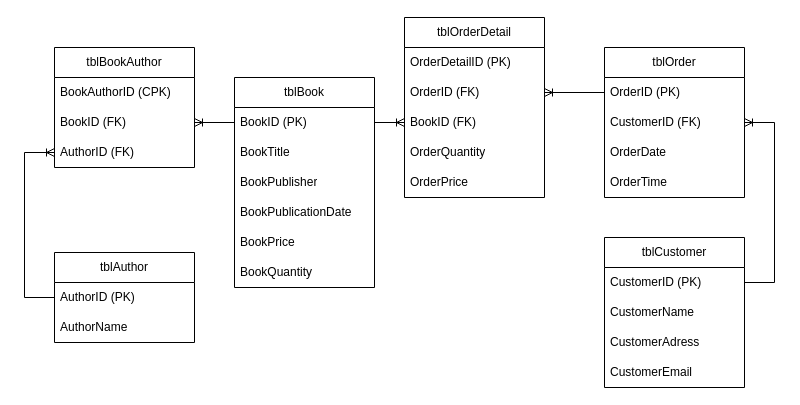
This is public/ERD.drawio from BeardedSeal77/DBA_Project, a draw.io file, before an edit. Source tidied: cells renumbered, new cells numbered last; positions are measured from the earlier drawing's top-left corner, leaving out a move shared by most shapes. Both pictures are drawn from the tidied source at 100%, with x=0, y=0 at pixel (24, 17).
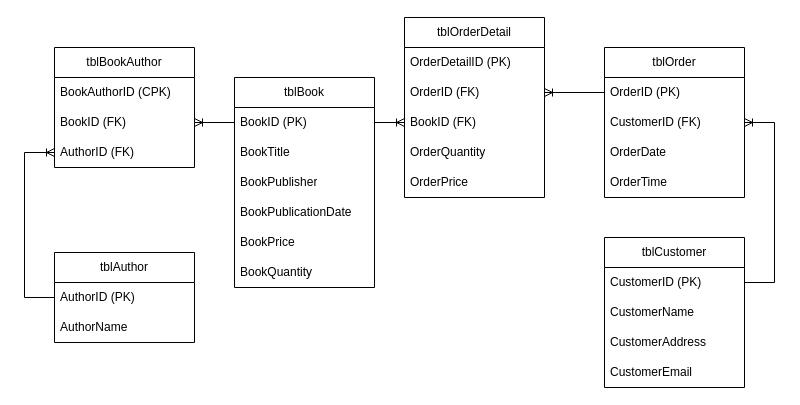
The same diagram, later.

Unchanged cells that the change refers to:
```xml
<mxCell id="23" value="tblCustomer" style="swimlane;fontStyle=0;horizontal=1;startSize=30;whiteSpace=wrap;html=1;" parent="1" vertex="1">
  <mxGeometry x="580" y="220" width="140" height="150" as="geometry" />
</mxCell>
```

The edit, as a diff of the source:
```diff
@@
-    <mxCell id="26" value="CustomerAdress" style="text;strokeColor=none;fillColor=none;align=left;verticalAlign=middle;spacingLeft=4;spacingRight=4;overflow=hidden;whiteSpace=wrap;html=1;" parent="23" vertex="1">
+    <mxCell id="26" value="CustomerAddress" style="text;strokeColor=none;fillColor=none;align=left;verticalAlign=middle;spacingLeft=4;spacingRight=4;overflow=hidden;whiteSpace=wrap;html=1;" parent="23" vertex="1">
       <mxGeometry y="90" width="140" height="30" as="geometry" />
     </mxCell>
```
